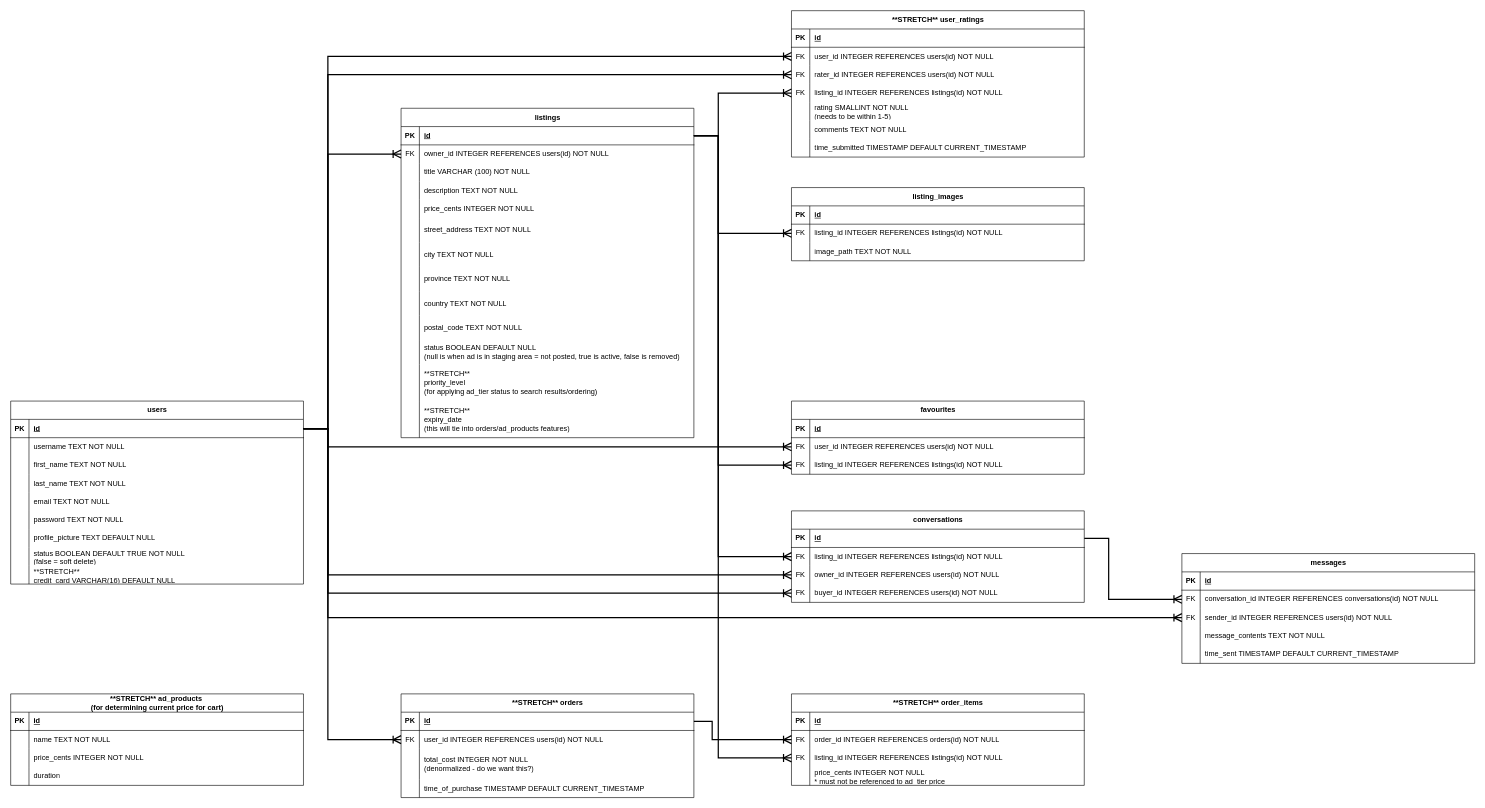
Earlier version of the draw.io diagram planning/GS ERD Proposal.drawio (gary92gs/buySellMidterm). Source tidied: cells renumbered, new cells numbered last; positions are measured from the earlier drawing's top-left corner, leaving out a move shared by most shapes. Both pictures are drawn from the tidied source at 61%, with x=0, y=0 at pixel (10, 10).
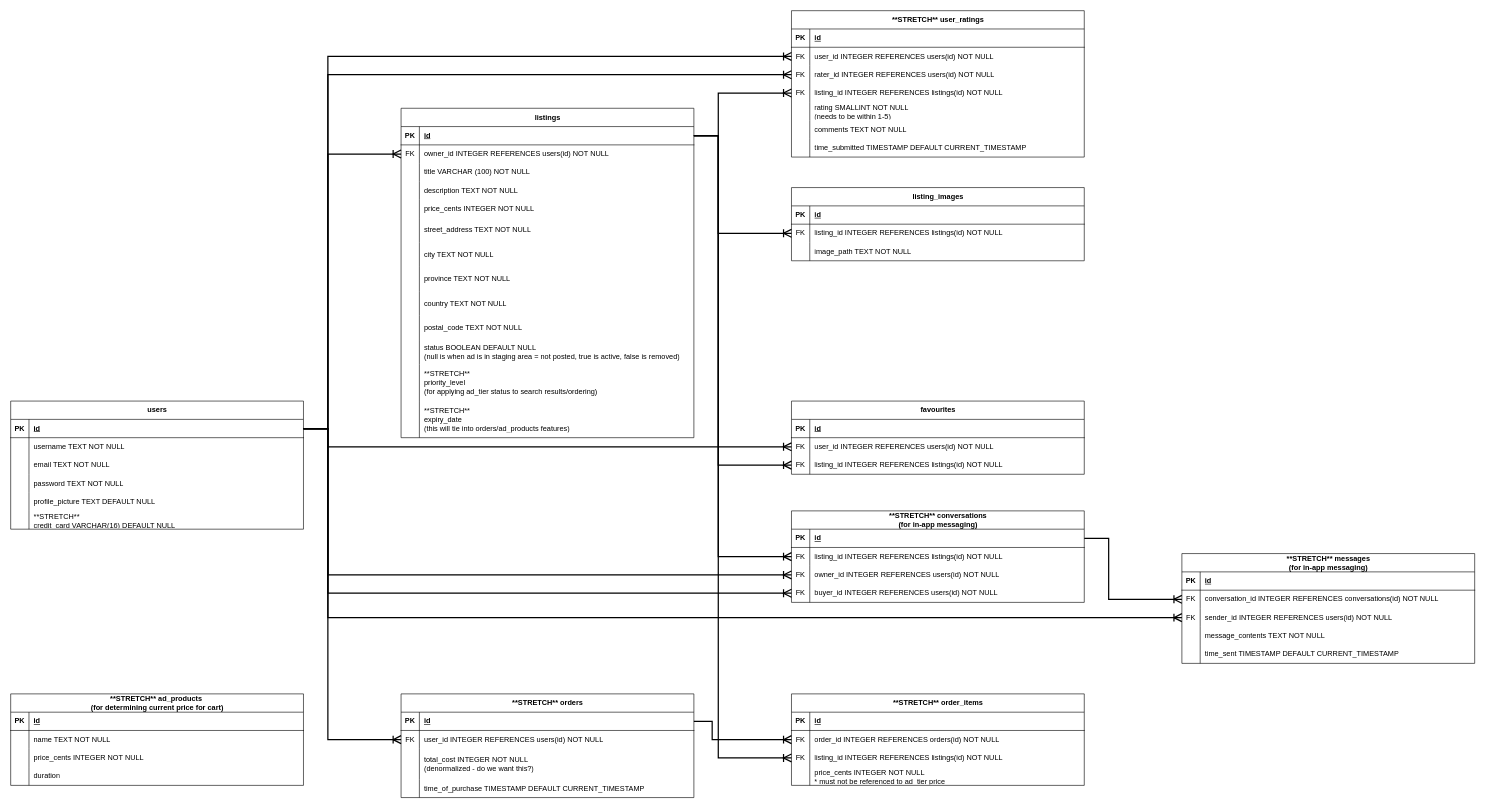
The same diagram, later.

Commit message (it also covers changes not shown here):
update erd to include in-app messaging as stretch instead of core

Diff of the diagram source:
```diff
@@
     <mxCell id="16" value="users" style="shape=table;startSize=30;childLayout=tableLayout;rowLines=0;fontStyle=1;align=center;html=1;" parent="1" vertex="1">
-      <mxGeometry y="640" width="480" height="300" as="geometry" />
+      <mxGeometry y="640" width="480" height="210" as="geometry" />
     </mxCell>
@@
-    <mxCell id="23" style="shape=tableRow;horizontal=0;startSize=0;swimlaneHead=0;swimlaneBody=0;fillColor=none;top=0;left=0;right=0;bottom=0;" parent="16" vertex="1">
-      <mxGeometry y="90" width="480" height="30" as="geometry" />
-    </mxCell>
-    <mxCell id="24" style="shape=partialRectangle;fillColor=none;top=0;left=0;bottom=0;right=0;overflow=hidden;whiteSpace=wrap;html=1;" parent="23" vertex="1">
-      <mxGeometry width="30" height="30" as="geometry" />
-    </mxCell>
-    <mxCell id="25" value="first_name TEXT NOT NULL" style="shape=partialRectangle;fillColor=none;top=0;left=0;bottom=0;right=0;align=left;spacingLeft=6;overflow=hidden;whiteSpace=wrap;html=1;" parent="23" vertex="1">
-      <mxGeometry x="30" width="450" height="30" as="geometry" />
-    </mxCell>
-    <mxCell id="26" style="shape=tableRow;horizontal=0;startSize=0;swimlaneHead=0;swimlaneBody=0;fillColor=none;top=0;left=0;right=0;bottom=0;" parent="16" vertex="1">
-      <mxGeometry y="120" width="480" height="30" as="geometry" />
-    </mxCell>
-    <mxCell id="27" style="shape=partialRectangle;fillColor=none;top=0;left=0;bottom=0;right=0;overflow=hidden;whiteSpace=wrap;html=1;" parent="26" vertex="1">
-      <mxGeometry width="30" height="30" as="geometry" />
-    </mxCell>
-    <mxCell id="28" value="last_name TEXT NOT NULL" style="shape=partialRectangle;fillColor=none;top=0;left=0;bottom=0;right=0;align=left;spacingLeft=6;overflow=hidden;whiteSpace=wrap;html=1;" parent="26" vertex="1">
-      <mxGeometry x="30" width="450" height="30" as="geometry" />
-    </mxCell>
     <mxCell id="29" style="shape=tableRow;horizontal=0;startSize=0;swimlaneHead=0;swimlaneBody=0;fillColor=none;top=0;left=0;right=0;bottom=0;" parent="16" vertex="1">
-      <mxGeometry y="150" width="480" height="30" as="geometry" />
+      <mxGeometry y="90" width="480" height="30" as="geometry" />
     </mxCell>
@@
     <mxCell id="32" style="shape=tableRow;horizontal=0;startSize=0;swimlaneHead=0;swimlaneBody=0;fillColor=none;top=0;left=0;right=0;bottom=0;" parent="16" vertex="1">
-      <mxGeometry y="180" width="480" height="30" as="geometry" />
+      <mxGeometry y="120" width="480" height="30" as="geometry" />
     </mxCell>
@@
     <mxCell id="35" style="shape=tableRow;horizontal=0;startSize=0;swimlaneHead=0;swimlaneBody=0;fillColor=none;top=0;left=0;right=0;bottom=0;" parent="16" vertex="1">
-      <mxGeometry y="210" width="480" height="30" as="geometry" />
+      <mxGeometry y="150" width="480" height="30" as="geometry" />
     </mxCell>
@@
-    <mxCell id="38" style="shape=tableRow;horizontal=0;startSize=0;swimlaneHead=0;swimlaneBody=0;fillColor=none;top=0;left=0;right=0;bottom=0;" parent="16" vertex="1">
-      <mxGeometry y="240" width="480" height="30" as="geometry" />
-    </mxCell>
-    <mxCell id="39" style="shape=partialRectangle;fillColor=none;top=0;left=0;bottom=0;right=0;overflow=hidden;whiteSpace=wrap;html=1;" parent="38" vertex="1">
-      <mxGeometry width="30" height="30" as="geometry" />
-    </mxCell>
-    <mxCell id="40" value="status BOOLEAN DEFAULT TRUE NOT NULL&lt;br&gt;(false = soft delete)" style="shape=partialRectangle;fillColor=none;top=0;left=0;bottom=0;right=0;align=left;spacingLeft=6;overflow=hidden;whiteSpace=wrap;html=1;" parent="38" vertex="1">
-      <mxGeometry x="30" width="450" height="30" as="geometry" />
-    </mxCell>
     <mxCell id="41" style="shape=tableRow;horizontal=0;startSize=0;swimlaneHead=0;swimlaneBody=0;fillColor=none;top=0;left=0;right=0;bottom=0;" parent="16" vertex="1">
-      <mxGeometry y="270" width="480" height="30" as="geometry" />
+      <mxGeometry y="180" width="480" height="30" as="geometry" />
     </mxCell>
@@
-    <mxCell id="84" value="messages" style="shape=table;startSize=30;childLayout=tableLayout;rowLines=0;fontStyle=1;align=center;html=1;" parent="1" vertex="1">
+    <mxCell id="84" value="**STRETCH** messages&lt;br&gt;(for in-app messaging)" style="shape=table;startSize=30;childLayout=tableLayout;rowLines=0;fontStyle=1;align=center;html=1;" parent="1" vertex="1">
       <mxGeometry x="1920" y="890" width="480" height="180" as="geometry" />
     </mxCell>
@@
-    <mxCell id="100" value="conversations" style="shape=table;startSize=30;childLayout=tableLayout;rowLines=0;fontStyle=1;align=center;html=1;" parent="1" vertex="1">
+    <mxCell id="100" value="**STRETCH** conversations&lt;br&gt;(for in-app messaging)" style="shape=table;startSize=30;childLayout=tableLayout;rowLines=0;fontStyle=1;align=center;html=1;" parent="1" vertex="1">
       <mxGeometry x="1280" y="820" width="480" height="150" as="geometry" />
     </mxCell>
```
